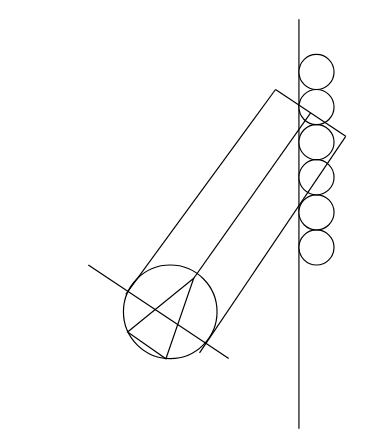
Earlier version of the draw.io diagram avoidance.drawio (picadud/StudioA). Source tidied: cells renumbered, new cells numbered last; positions are measured from the earlier drawing's top-left corner, leaving out a move shared by most shapes. Both pictures are drawn from the tidied source at 117%, with x=0, y=0 at pixel (88, 19).
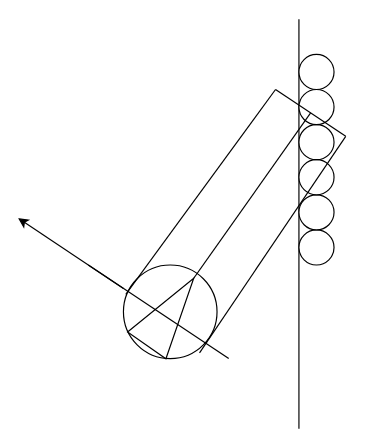
Above is the later version.

What changed in the source:
```diff
@@
+    <mxCell id="16" style="endArrow=classic;html=1;rounded=0;" parent="1" edge="1">
+      <mxGeometry relative="1" as="geometry">
+        <mxPoint x="30" y="230" as="sourcePoint" />
+        <mxPoint x="-60" y="170" as="targetPoint" />
+      </mxGeometry>
+    </mxCell>
```
